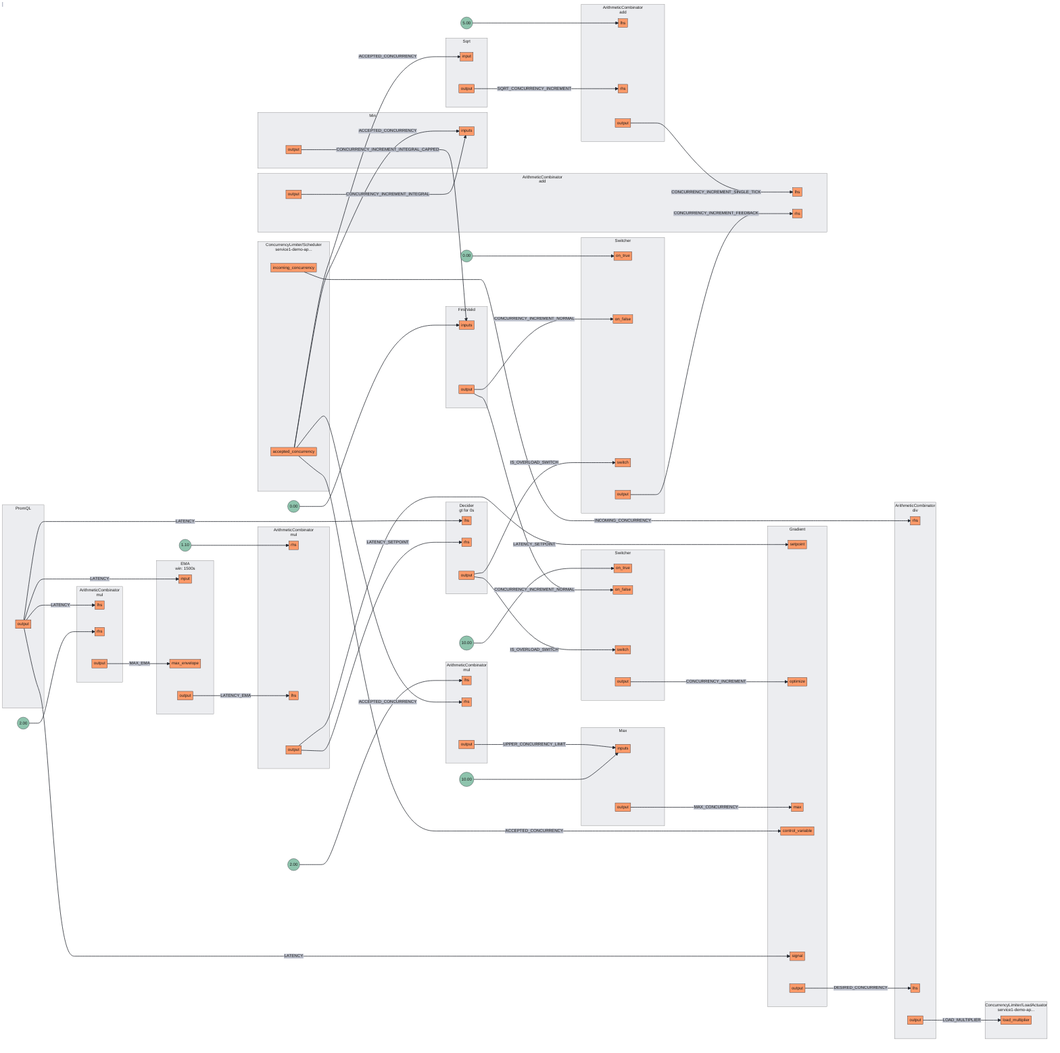
Earlier version of the Mermaid export docs/content/policies/assets/gen/blueprints/jsonnet/blueprints_0.mmd.png (fluxninja/aperture). Its source is kept beside it as docs/content/policies/assets/gen/blueprints/jsonnet/blueprints_0.mmd.
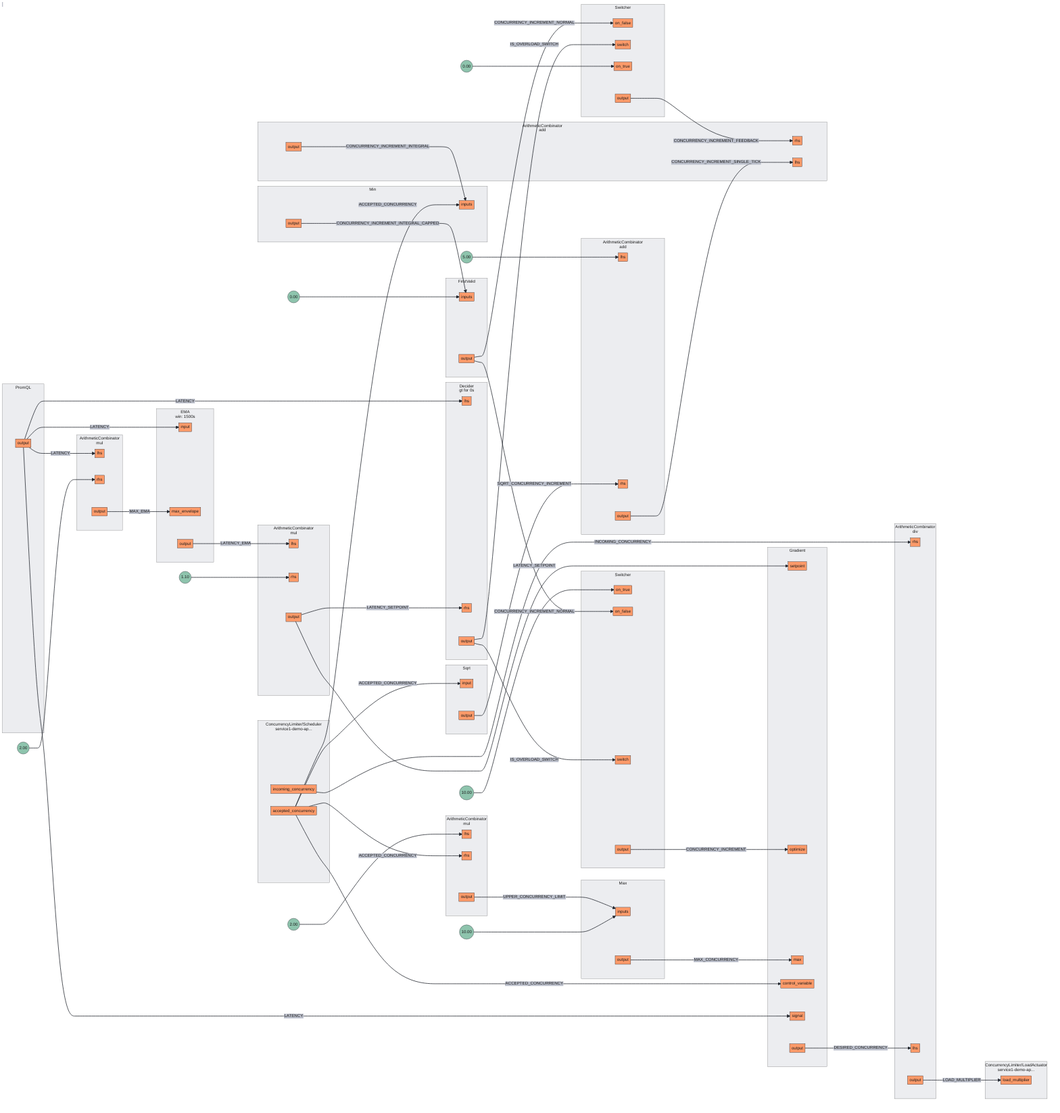
Above is the later version.

The edit, as a diff of the source:
```diff
@@ -15,8 +15,8 @@
 subgraph 1[<center>ArithmeticCombinator<br/>mul</center>]
 subgraph 1_inports[ ]
 style 1_inports fill:none,stroke:none
+1lhs[lhs]
 1rhs[rhs]
-1lhs[lhs]
 end
 subgraph 1_outports[ ]
 style 1_outports fill:none,stroke:none
@@ -65,8 +65,8 @@
 subgraph 5[<center>ArithmeticCombinator<br/>add</center>]
 subgraph 5_inports[ ]
 style 5_inports fill:none,stroke:none
+5rhs[rhs]
 5lhs[lhs]
-5rhs[rhs]
 end
 subgraph 5_outports[ ]
 style 5_outports fill:none,stroke:none
@@ -167,9 +167,9 @@
 subgraph 16[Switcher]
 subgraph 16_inports[ ]
 style 16_inports fill:none,stroke:none
-16on_true[on_true]
 16on_false[on_false]
 16switch[switch]
+16on_true[on_true]
 end
 subgraph 16_outports[ ]
 style 16_outports fill:none,stroke:none
@@ -203,30 +203,30 @@
 14output[output]
 end
 end
-16output --> |CONCURRENCY_INCREMENT_FEEDBACK| 5rhs
+14output --> |IS_OVERLOAD_SWITCH| 15switch
+14output --> |IS_OVERLOAD_SWITCH| 16switch
 1output --> |LATENCY_SETPOINT| 12setpoint
 1output --> |LATENCY_SETPOINT| 14rhs
-6output --> |CONCURRENCY_INCREMENT_INTEGRAL_CAPPED| 7inputs
-9output --> |SQRT_CONCURRENCY_INCREMENT| 4rhs
+2output --> |LOAD_MULTIPLIER| 13.LoadActuatorload_multiplier
+3output --> |UPPER_CONCURRENCY_LIMIT| 8inputs
+4output --> |CONCURRENCY_INCREMENT_SINGLE_TICK| 5lhs
 10output --> |LATENCY| 0lhs
 10output --> |LATENCY| 11input
 10output --> |LATENCY| 12signal
 10output --> |LATENCY| 14lhs
+12output --> |DESIRED_CONCURRENCY| 2lhs
 13.Scheduleraccepted_concurrency --> |ACCEPTED_CONCURRENCY| 3rhs
 13.Scheduleraccepted_concurrency --> |ACCEPTED_CONCURRENCY| 6inputs
 13.Scheduleraccepted_concurrency --> |ACCEPTED_CONCURRENCY| 9input
 13.Scheduleraccepted_concurrency --> |ACCEPTED_CONCURRENCY| 12control_variable
 15output --> |CONCURRENCY_INCREMENT| 12optimize
-3output --> |UPPER_CONCURRENCY_LIMIT| 8inputs
-12output --> |DESIRED_CONCURRENCY| 2lhs
+11output --> |LATENCY_EMA| 1lhs
 13.Schedulerincoming_concurrency --> |INCOMING_CONCURRENCY| 2rhs
-2output --> |LOAD_MULTIPLIER| 13.LoadActuatorload_multiplier
-4output --> |CONCURRENCY_INCREMENT_SINGLE_TICK| 5lhs
+16output --> |CONCURRENCY_INCREMENT_FEEDBACK| 5rhs
+0output --> |MAX_EMA| 11max_envelope
 5output --> |CONCURRENCY_INCREMENT_INTEGRAL| 6inputs
+6output --> |CONCURRENCY_INCREMENT_INTEGRAL_CAPPED| 7inputs
 7output --> |CONCURRENCY_INCREMENT_NORMAL| 15on_false
 7output --> |CONCURRENCY_INCREMENT_NORMAL| 16on_false
-0output --> |MAX_EMA| 11max_envelope
 8output --> |MAX_CONCURRENCY| 12max
-11output --> |LATENCY_EMA| 1lhs
-14output --> |IS_OVERLOAD_SWITCH| 15switch
-14output --> |IS_OVERLOAD_SWITCH| 16switch
+9output --> |SQRT_CONCURRENCY_INCREMENT| 4rhs
```
